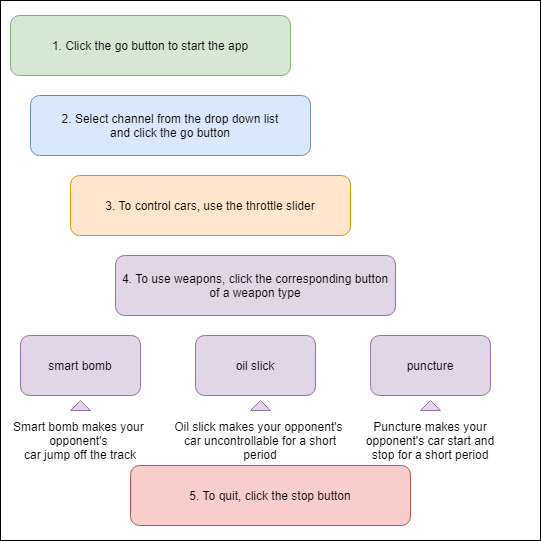
The draw.io diagram docs/instructo.png in liveprojects-julien/pi_scalextric_t1_spwa, before a commit. Source tidied: cells renumbered, new cells last; positions are measured from the earlier drawing's top-left corner, leaving out a move shared by most shapes. Source of this version:
```xml
<mxGraphModel>
  <root>
    <mxCell id="0" />
    <mxCell id="1" parent="0" />
    <mxCell id="2" value="&lt;span style=&quot;color: rgba(0 , 0 , 0 , 0) ; font-family: monospace ; font-size: 0px&quot;&gt;%3CmxGraphModel%3E%3Croot%3E%3CmxCell%20id%3D%220%22%2F%3E%3CmxCell%20id%3D%221%22%20parent%3D%220%22%2F%3E%3CmxCell%20id%3D%222%22%20value%3D%22%22%20style%3D%22triangle%3BwhiteSpace%3Dwrap%3Bhtml%3D1%3Brotation%3D-90%3B%22%20vertex%3D%221%22%20parent%3D%221%22%3E%3CmxGeometry%20x%3D%2295%22%20y%3D%22420%22%20width%3D%2210%22%20height%3D%2220%22%20as%3D%22geometry%22%2F%3E%3C%2FmxCell%3E%3C%2Froot%3E%3C%2FmxGraphModel%3E&lt;/span&gt;" style="whiteSpace=wrap;html=1;fillColor=none;" parent="1" vertex="1">
      <mxGeometry width="540" height="540" as="geometry" />
    </mxCell>
    <mxCell id="3" value="1. Click the go button to start the app" style="rounded=1;whiteSpace=wrap;html=1;fillColor=#d5e8d4;strokeColor=#82b366;" parent="1" vertex="1">
      <mxGeometry x="10" y="15" width="280" height="60" as="geometry" />
    </mxCell>
    <mxCell id="4" value="2. Select channel from the drop down list&lt;br&gt;and click the go button" style="rounded=1;whiteSpace=wrap;html=1;fillColor=#dae8fc;strokeColor=#6c8ebf;" parent="1" vertex="1">
      <mxGeometry x="30" y="95" width="280" height="60" as="geometry" />
    </mxCell>
    <mxCell id="5" value="3. To control cars, use the throttle slider" style="rounded=1;whiteSpace=wrap;html=1;fillColor=#ffe6cc;strokeColor=#d79b00;" parent="1" vertex="1">
      <mxGeometry x="70" y="175" width="280" height="60" as="geometry" />
    </mxCell>
    <mxCell id="6" value="4. To use weapons, click the corresponding button of a weapon type" style="rounded=1;whiteSpace=wrap;html=1;fillColor=#e1d5e7;strokeColor=#9673a6;" parent="1" vertex="1">
      <mxGeometry x="115" y="255" width="280" height="60" as="geometry" />
    </mxCell>
    <mxCell id="7" value="5. To quit, click the stop button" style="rounded=1;whiteSpace=wrap;html=1;fillColor=#f8cecc;strokeColor=#b85450;" parent="1" vertex="1">
      <mxGeometry x="130" y="465" width="280" height="60" as="geometry" />
    </mxCell>
    <mxCell id="8" value="smart bomb" style="rounded=1;whiteSpace=wrap;html=1;fillColor=#e1d5e7;strokeColor=#9673a6;" parent="1" vertex="1">
      <mxGeometry x="20" y="335" width="120" height="60" as="geometry" />
    </mxCell>
    <mxCell id="9" value="oil slick" style="rounded=1;whiteSpace=wrap;html=1;fillColor=#e1d5e7;strokeColor=#9673a6;" parent="1" vertex="1">
      <mxGeometry x="195" y="335" width="120" height="60" as="geometry" />
    </mxCell>
    <mxCell id="10" value="puncture" style="rounded=1;whiteSpace=wrap;html=1;fillColor=#e1d5e7;strokeColor=#9673a6;" parent="1" vertex="1">
      <mxGeometry x="370" y="335" width="120" height="60" as="geometry" />
    </mxCell>
    <mxCell id="11" value="Smart bomb makes your&amp;nbsp; opponent's&amp;nbsp;&lt;br&gt;car jump off the track" style="text;html=1;strokeColor=none;fillColor=none;align=center;verticalAlign=middle;whiteSpace=wrap;rounded=0;" parent="1" vertex="1">
      <mxGeometry x="10" y="415" width="140" height="50" as="geometry" />
    </mxCell>
    <mxCell id="12" value="Oil slick makes your opponent's&amp;nbsp;&lt;br&gt;car uncontrollable for a short period" style="text;html=1;strokeColor=none;fillColor=none;align=center;verticalAlign=middle;whiteSpace=wrap;rounded=0;" parent="1" vertex="1">
      <mxGeometry x="170" y="415" width="180" height="50" as="geometry" />
    </mxCell>
    <mxCell id="13" value="Puncture makes your opponent's car start and stop for a short period" style="text;html=1;strokeColor=none;fillColor=none;align=center;verticalAlign=middle;whiteSpace=wrap;rounded=0;" parent="1" vertex="1">
      <mxGeometry x="360" y="415" width="140" height="50" as="geometry" />
    </mxCell>
    <mxCell id="14" style="triangle;whiteSpace=wrap;html=1;rotation=-90;fillColor=#e1d5e7;strokeColor=#9673a6;" parent="1" vertex="1">
      <mxGeometry x="75" y="395" width="10" height="20" as="geometry" />
    </mxCell>
    <mxCell id="15" style="triangle;whiteSpace=wrap;html=1;rotation=-90;fillColor=#e1d5e7;strokeColor=#9673a6;" parent="1" vertex="1">
      <mxGeometry x="255" y="395" width="10" height="20" as="geometry" />
    </mxCell>
    <mxCell id="16" style="triangle;whiteSpace=wrap;html=1;rotation=-90;fillColor=#e1d5e7;strokeColor=#9673a6;" parent="1" vertex="1">
      <mxGeometry x="425" y="395" width="10" height="20" as="geometry" />
    </mxCell>
  </root>
</mxGraphModel>
```
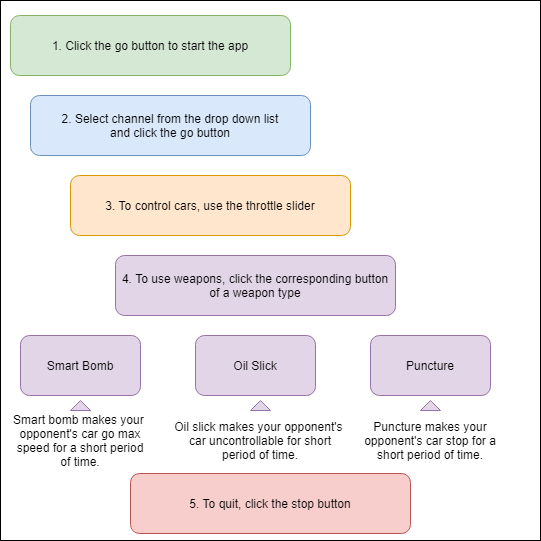
After the commit.

What changed in the source:
```diff
@@ -18,24 +18,24 @@
       <mxGeometry x="115" y="255" width="280" height="60" as="geometry" />
     </mxCell>
     <mxCell id="7" value="5. To quit, click the stop button" style="rounded=1;whiteSpace=wrap;html=1;fillColor=#f8cecc;strokeColor=#b85450;" parent="1" vertex="1">
-      <mxGeometry x="130" y="465" width="280" height="60" as="geometry" />
+      <mxGeometry x="130" y="473" width="280" height="60" as="geometry" />
     </mxCell>
-    <mxCell id="8" value="smart bomb" style="rounded=1;whiteSpace=wrap;html=1;fillColor=#e1d5e7;strokeColor=#9673a6;" parent="1" vertex="1">
+    <mxCell id="8" value="Smart Bomb" style="rounded=1;whiteSpace=wrap;html=1;fillColor=#e1d5e7;strokeColor=#9673a6;" parent="1" vertex="1">
       <mxGeometry x="20" y="335" width="120" height="60" as="geometry" />
     </mxCell>
-    <mxCell id="9" value="oil slick" style="rounded=1;whiteSpace=wrap;html=1;fillColor=#e1d5e7;strokeColor=#9673a6;" parent="1" vertex="1">
+    <mxCell id="9" value="Oil Slick" style="rounded=1;whiteSpace=wrap;html=1;fillColor=#e1d5e7;strokeColor=#9673a6;" parent="1" vertex="1">
       <mxGeometry x="195" y="335" width="120" height="60" as="geometry" />
     </mxCell>
-    <mxCell id="10" value="puncture" style="rounded=1;whiteSpace=wrap;html=1;fillColor=#e1d5e7;strokeColor=#9673a6;" parent="1" vertex="1">
+    <mxCell id="10" value="Puncture" style="rounded=1;whiteSpace=wrap;html=1;fillColor=#e1d5e7;strokeColor=#9673a6;" parent="1" vertex="1">
       <mxGeometry x="370" y="335" width="120" height="60" as="geometry" />
     </mxCell>
-    <mxCell id="11" value="Smart bomb makes your&amp;nbsp; opponent's&amp;nbsp;&lt;br&gt;car jump off the track" style="text;html=1;strokeColor=none;fillColor=none;align=center;verticalAlign=middle;whiteSpace=wrap;rounded=0;" parent="1" vertex="1">
+    <mxCell id="11" value="Smart bomb makes your&amp;nbsp; opponent's car go max speed for a short period of time." style="text;html=1;strokeColor=none;fillColor=none;align=center;verticalAlign=middle;whiteSpace=wrap;rounded=0;" parent="1" vertex="1">
       <mxGeometry x="10" y="415" width="140" height="50" as="geometry" />
     </mxCell>
-    <mxCell id="12" value="Oil slick makes your opponent's&amp;nbsp;&lt;br&gt;car uncontrollable for a short period" style="text;html=1;strokeColor=none;fillColor=none;align=center;verticalAlign=middle;whiteSpace=wrap;rounded=0;" parent="1" vertex="1">
+    <mxCell id="12" value="Oil slick makes your opponent's&amp;nbsp;&lt;br&gt;car uncontrollable for short period of time." style="text;html=1;strokeColor=none;fillColor=none;align=center;verticalAlign=middle;whiteSpace=wrap;rounded=0;" parent="1" vertex="1">
       <mxGeometry x="170" y="415" width="180" height="50" as="geometry" />
     </mxCell>
-    <mxCell id="13" value="Puncture makes your opponent's car start and stop for a short period" style="text;html=1;strokeColor=none;fillColor=none;align=center;verticalAlign=middle;whiteSpace=wrap;rounded=0;" parent="1" vertex="1">
+    <mxCell id="13" value="Puncture makes your opponent's car stop for a short period of time." style="text;html=1;strokeColor=none;fillColor=none;align=center;verticalAlign=middle;whiteSpace=wrap;rounded=0;" parent="1" vertex="1">
       <mxGeometry x="360" y="415" width="140" height="50" as="geometry" />
     </mxCell>
     <mxCell id="14" style="triangle;whiteSpace=wrap;html=1;rotation=-90;fillColor=#e1d5e7;strokeColor=#9673a6;" parent="1" vertex="1">
```
